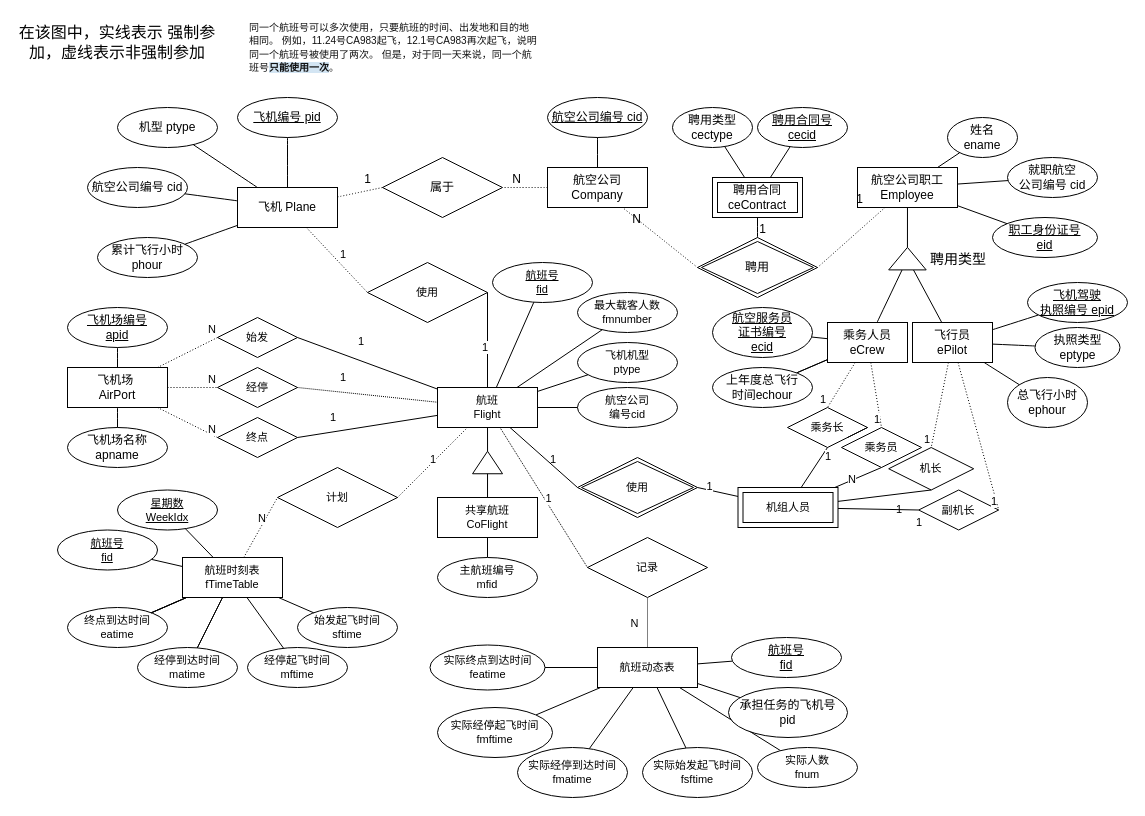
The draw.io diagram dbhw04-map.drawio in MojoisMojo/Written-casually, before the edit. Source tidied: cells renumbered, new cells numbered last; positions are measured from the earlier drawing's top-left corner, leaving out a move shared by most shapes. Both pictures are drawn from the tidied source at 100%, with x=0, y=0 at pixel (17, 17).
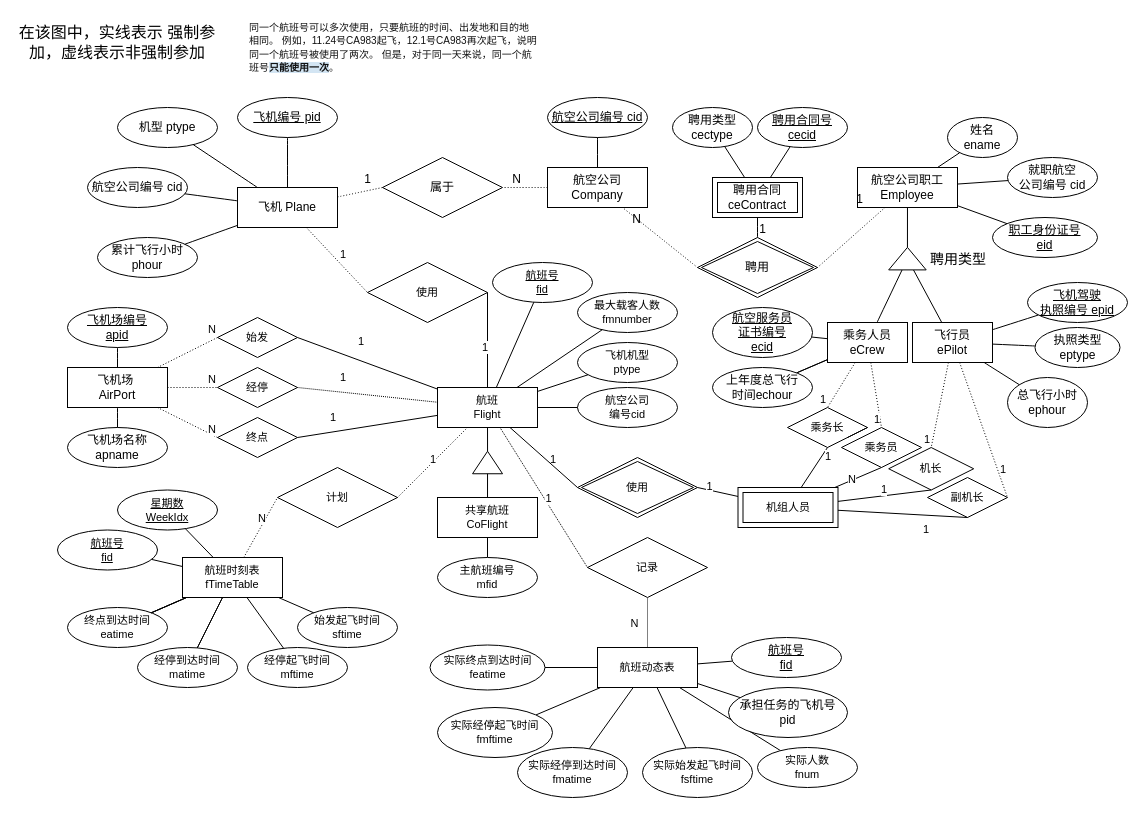
The same diagram, later.

The change refers to these unchanged cells:
```xml
<mxCell id="122" style="endArrow=none;html=1;rounded=0;dashed=1;dashPattern=1 2;strokeColor=default;align=center;verticalAlign=middle;fontFamily=Helvetica;fontSize=11;fontColor=default;labelBackgroundColor=default;entryX=1;entryY=0.5;entryDx=0;entryDy=0;" parent="1" edge="1" source="28" target="117">
  <mxGeometry relative="1" as="geometry" />
</mxCell>
<mxCell id="128" style="endArrow=none;html=1;rounded=0;strokeColor=default;align=center;verticalAlign=middle;fontFamily=Helvetica;fontSize=11;fontColor=default;labelBackgroundColor=default;entryX=0.5;entryY=1;entryDx=0;entryDy=0;" parent="1" edge="1" source="140" target="116">
  <mxGeometry relative="1" as="geometry" />
</mxCell>
<mxCell id="140" value="机组人员" style="shape=ext;margin=3;double=1;whiteSpace=wrap;html=1;align=center;fontFamily=Helvetica;fontSize=11;fontColor=default;labelBackgroundColor=default;" parent="1" vertex="1">
  <mxGeometry x="720.5" y="470" width="100" height="40" as="geometry" />
</mxCell>
```

Diff of the diagram source:
```diff
@@
     <mxCell id="117" value="副机长" style="shape=rhombus;perimeter=rhombusPerimeter;whiteSpace=wrap;html=1;align=center;fontFamily=Helvetica;fontSize=11;fontColor=default;labelBackgroundColor=default;" parent="1" vertex="1">
-      <mxGeometry x="901.2" y="472.5" width="80" height="40" as="geometry" />
+      <mxGeometry x="910" y="460" width="80" height="40" as="geometry" />
     </mxCell>
@@
     <mxCell id="123" value="1" style="html=1;whiteSpace=wrap;align=right;verticalAlign=bottom;fontFamily=Helvetica;fontSize=11;fontColor=default;labelBackgroundColor=default;" parent="122" vertex="1">
-      <mxGeometry x="1" relative="1" as="geometry" />
+      <mxGeometry x="1" relative="1" as="geometry">
+        <mxPoint y="-20" as="offset" />
+      </mxGeometry>
     </mxCell>
@@
     <mxCell id="129" value="1" style="html=1;whiteSpace=wrap;align=right;verticalAlign=bottom;fontFamily=Helvetica;fontSize=11;fontColor=default;labelBackgroundColor=default;" parent="128" vertex="1">
       <mxGeometry x="1" relative="1" as="geometry">
-        <mxPoint x="-28" y="28" as="offset" />
+        <mxPoint x="-43" y="8" as="offset" />
       </mxGeometry>
     </mxCell>
-    <mxCell id="130" style="endArrow=none;html=1;rounded=0;strokeColor=default;align=center;verticalAlign=middle;fontFamily=Helvetica;fontSize=11;fontColor=default;labelBackgroundColor=default;entryX=0;entryY=0.5;entryDx=0;entryDy=0;" parent="1" edge="1" source="140" target="117">
+    <mxCell id="130" style="endArrow=none;html=1;rounded=0;strokeColor=default;align=center;verticalAlign=middle;fontFamily=Helvetica;fontSize=11;fontColor=default;labelBackgroundColor=default;entryX=0.5;entryY=1;entryDx=0;entryDy=0;" parent="1" edge="1" source="140" target="117">
       <mxGeometry relative="1" as="geometry" />
     </mxCell>
     <mxCell id="131" value="1" style="html=1;whiteSpace=wrap;align=right;verticalAlign=bottom;fontFamily=Helvetica;fontSize=11;fontColor=default;labelBackgroundColor=default;" parent="130" vertex="1">
       <mxGeometry x="1" relative="1" as="geometry">
-        <mxPoint x="5" y="20" as="offset" />
+        <mxPoint x="-37" y="20" as="offset" />
       </mxGeometry>
     </mxCell>
```
